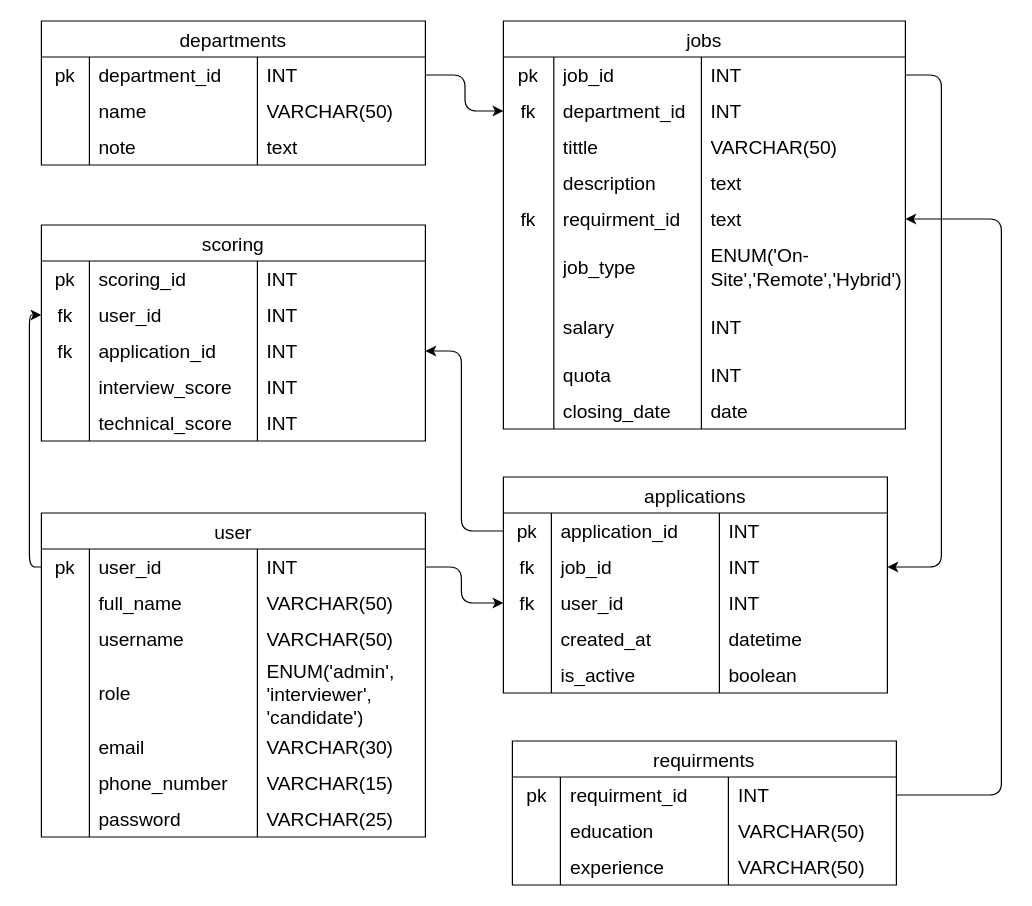
This is ERD.drawio from xcyltra/Group-3_Final-Exam_AP, a draw.io file, before an edit. Source tidied: cells renumbered, new cells numbered last; positions are measured from the earlier drawing's top-left corner, leaving out a move shared by most shapes. Both pictures are drawn from the tidied source at 120%, with x=0, y=0 at pixel (41, 20).
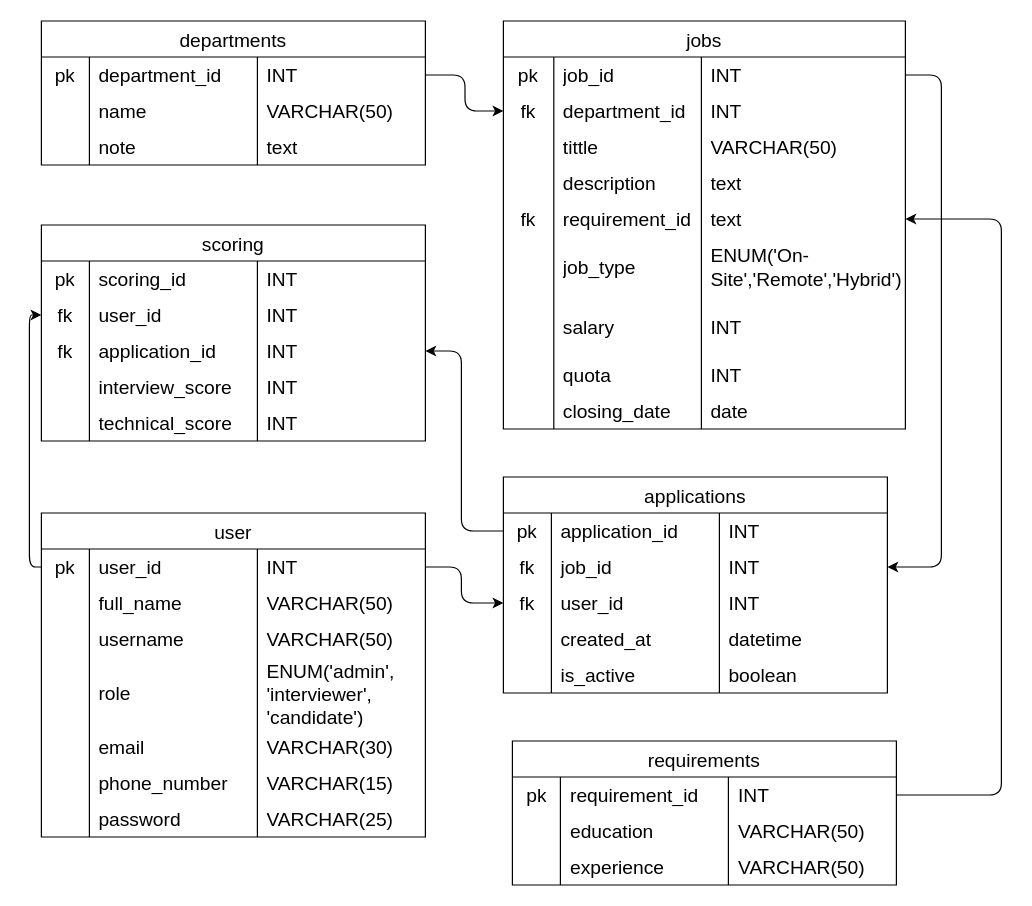
After the change.

The change refers to these unchanged cells:
```xml
<mxCell id="32" style="shape=tableRow;horizontal=0;startSize=0;swimlaneHead=0;swimlaneBody=0;top=0;left=0;bottom=0;right=0;fillColor=none;points=[[0,0.5],[1,0.5]];portConstraint=eastwest;strokeColor=inherit;fontSize=16;" parent="15" vertex="1">
  <mxGeometry y="150" width="335" height="30" as="geometry" />
</mxCell>
<mxCell id="129" style="shape=tableRow;horizontal=0;startSize=0;swimlaneHead=0;swimlaneBody=0;top=0;left=0;bottom=0;right=0;fillColor=none;points=[[0,0.5],[1,0.5]];portConstraint=eastwest;strokeColor=inherit;fontSize=16;" parent="128" vertex="1">
  <mxGeometry y="30" width="320" height="30" as="geometry" />
</mxCell>
```

Diff of the diagram source:
```diff
@@
-    <mxCell id="34" value="requirment_id" style="shape=partialRectangle;html=1;whiteSpace=wrap;fillColor=none;top=0;left=0;bottom=0;right=0;align=left;spacingLeft=6;overflow=hidden;strokeColor=inherit;fontSize=16;" parent="32" vertex="1">
+    <mxCell id="34" value="requirement_id" style="shape=partialRectangle;html=1;whiteSpace=wrap;fillColor=none;top=0;left=0;bottom=0;right=0;align=left;spacingLeft=6;overflow=hidden;strokeColor=inherit;fontSize=16;" parent="32" vertex="1">
       <mxGeometry x="42" width="123" height="30" as="geometry" />
     </mxCell>
@@
-    <mxCell id="128" value="requirments" style="shape=table;startSize=30;childLayout=tableLayout;rowLines=0;fontStyle=0;strokeColor=default;fontSize=16;" parent="1" vertex="1">
+    <mxCell id="128" value="requirements" style="shape=table;startSize=30;childLayout=tableLayout;rowLines=0;fontStyle=0;strokeColor=default;fontSize=16;" parent="1" vertex="1">
       <mxGeometry x="392.5" y="600" width="320" height="120" as="geometry" />
     </mxCell>
@@
-    <mxCell id="131" value="&lt;span style=&quot;color: rgb(0, 0, 0);&quot;&gt;requirment_id&lt;/span&gt;" style="shape=partialRectangle;html=1;whiteSpace=wrap;fillColor=none;top=0;left=0;bottom=0;right=0;align=left;spacingLeft=6;overflow=hidden;strokeColor=inherit;fontSize=16;" parent="129" vertex="1">
+    <mxCell id="131" value="&lt;span style=&quot;color: rgb(0, 0, 0);&quot;&gt;requirement_id&lt;/span&gt;" style="shape=partialRectangle;html=1;whiteSpace=wrap;fillColor=none;top=0;left=0;bottom=0;right=0;align=left;spacingLeft=6;overflow=hidden;strokeColor=inherit;fontSize=16;" parent="129" vertex="1">
       <mxGeometry x="40" width="140" height="30" as="geometry" />
     </mxCell>
```
